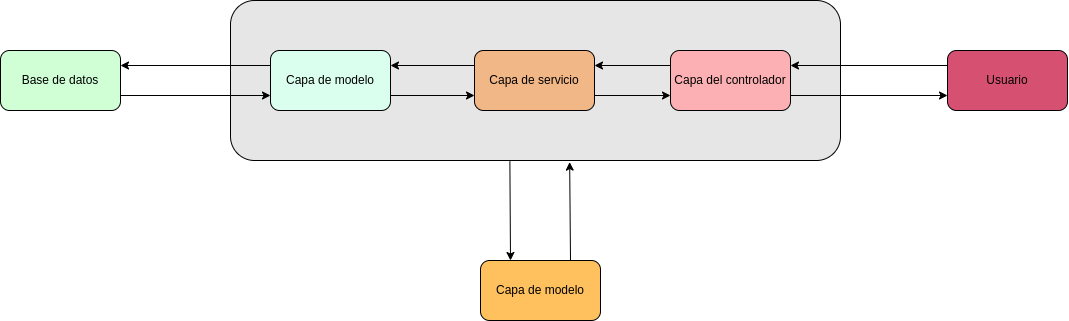
Before: images/phase3/backend/backendDiagram.png, a diagram exported from draw.io (jj-tena/ForeverLearn). Source tidied: cells renumbered, new cells last; positions are measured from the earlier drawing's top-left corner, leaving out a move shared by most shapes.
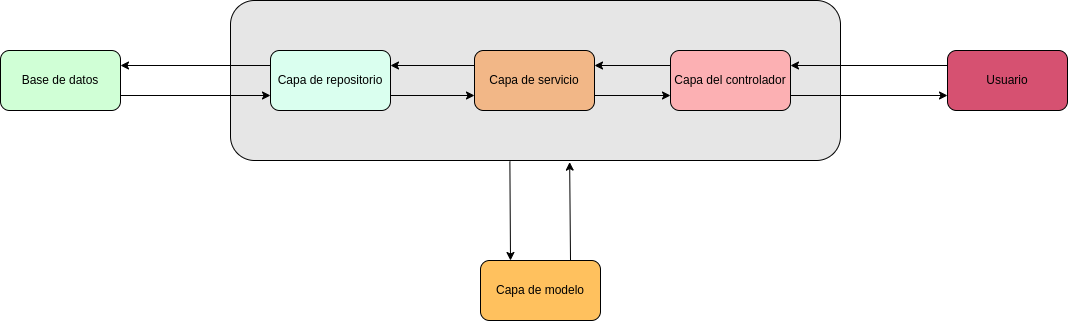
The same diagram one commit later.

Diff of the diagram source:
```diff
@@ -11,7 +11,7 @@
     <mxCell id="4" value="Capa de servicio" style="rounded=1;whiteSpace=wrap;html=1;fillColor=#F2B787;" parent="1" vertex="1">
       <mxGeometry x="474" y="50" width="120" height="60" as="geometry" />
     </mxCell>
-    <mxCell id="5" value="Capa de modelo" style="rounded=1;whiteSpace=wrap;html=1;fillColor=#DAFFEF;" parent="1" vertex="1">
+    <mxCell id="5" value="Capa de repositorio" style="rounded=1;whiteSpace=wrap;html=1;fillColor=#DAFFEF;" parent="1" vertex="1">
       <mxGeometry x="270" y="50" width="120" height="60" as="geometry" />
     </mxCell>
     <mxCell id="6" value="Capa de modelo" style="rounded=1;whiteSpace=wrap;html=1;fillColor=#FFC15E;" parent="1" vertex="1">
```
